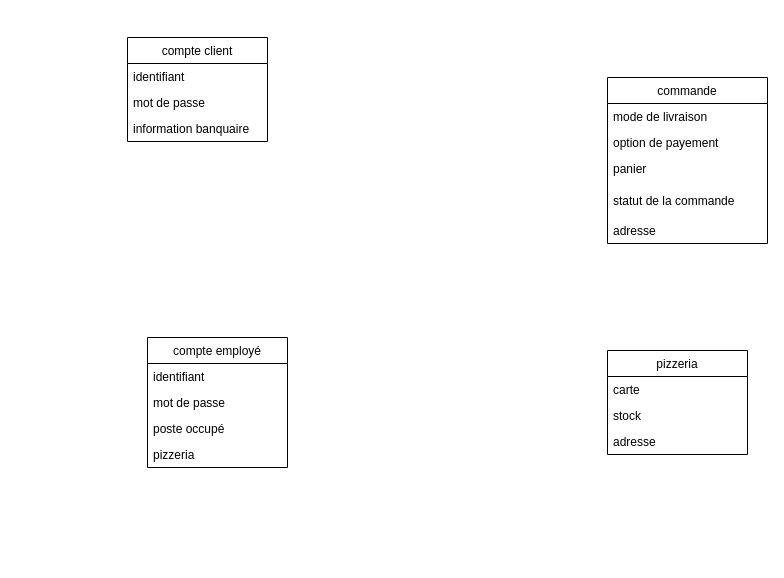
robindauteuil/Diagramme_UML keeps this draw.io diagram as page "diagramme de classe" (8 of 9) of diagrammes réunis.drawio. Above is the earlier version. Source tidied: cells renumbered, new cells numbered last; positions are measured from the earlier drawing's top-left corner, leaving out a move shared by most shapes. Both pictures are drawn from the tidied source at 100%, with x=0, y=0 at pixel (127, 37).
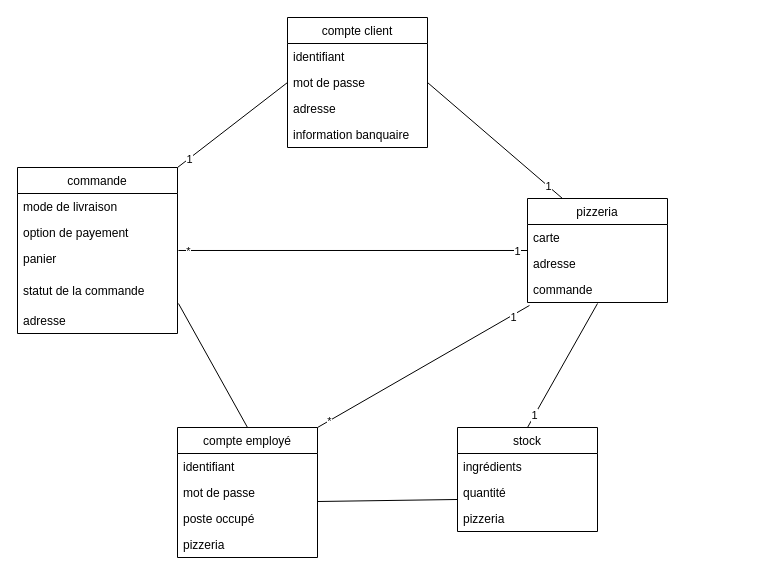
The same page after the edit.

Unchanged cells that the change refers to:
```xml
<mxCell id="5" value="panier" style="text;strokeColor=none;fillColor=none;align=left;verticalAlign=top;spacingLeft=4;spacingRight=4;overflow=hidden;points=[[0,0.5],[1,0.5]];portConstraint=eastwest;" parent="2" vertex="1">
  <mxGeometry y="78" width="160" height="32" as="geometry" />
</mxCell>
<mxCell id="6" value="statut de la commande" style="text;strokeColor=none;fillColor=none;align=left;verticalAlign=top;spacingLeft=4;spacingRight=4;overflow=hidden;points=[[0,0.5],[1,0.5]];portConstraint=eastwest;" parent="2" vertex="1">
  <mxGeometry y="110" width="160" height="30" as="geometry" />
</mxCell>
<mxCell id="10" value="mot de passe " style="text;strokeColor=none;fillColor=none;align=left;verticalAlign=top;spacingLeft=4;spacingRight=4;overflow=hidden;points=[[0,0.5],[1,0.5]];portConstraint=eastwest;" parent="8" vertex="1">
  <mxGeometry y="52" width="140" height="26" as="geometry" />
</mxCell>
<mxCell id="18" value="mot de passe" style="text;strokeColor=none;fillColor=none;align=left;verticalAlign=top;spacingLeft=4;spacingRight=4;overflow=hidden;points=[[0,0.5],[1,0.5]];portConstraint=eastwest;" parent="16" vertex="1">
  <mxGeometry y="52" width="140" height="26" as="geometry" />
</mxCell>
```

Diff of the diagram source:
```diff
@@
     <mxCell id="2" value="commande" style="swimlane;fontStyle=0;horizontal=1;startSize=26;fillColor=none;" parent="1" vertex="1">
-      <mxGeometry x="480" y="40" width="160" height="166" as="geometry" />
+      <mxGeometry x="-110" y="130" width="160" height="166" as="geometry" />
     </mxCell>
@@
     <mxCell id="8" value="compte client" style="swimlane;fontStyle=0;horizontal=1;startSize=26;fillColor=none;" parent="1" vertex="1">
-      <mxGeometry width="140" height="104" as="geometry" />
+      <mxGeometry x="160" y="-20" width="140" height="130" as="geometry" />
     </mxCell>
@@
+    <mxCell id="21" value="adresse" style="text;strokeColor=none;fillColor=none;align=left;verticalAlign=top;spacingLeft=4;spacingRight=4;overflow=hidden;" parent="8" vertex="1">
+      <mxGeometry y="78" width="140" height="26" as="geometry" />
+    </mxCell>
     <mxCell id="11" value="information banquaire" style="text;strokeColor=none;fillColor=none;align=left;verticalAlign=top;spacingLeft=4;spacingRight=4;overflow=hidden;" parent="8" vertex="1">
-      <mxGeometry y="78" width="140" height="26" as="geometry" />
+      <mxGeometry y="104" width="140" height="26" as="geometry" />
     </mxCell>
     <mxCell id="12" value="pizzeria" style="swimlane;fontStyle=0;horizontal=1;startSize=26;fillColor=none;" parent="1" vertex="1">
-      <mxGeometry x="480" y="313" width="140" height="104" as="geometry" />
+      <mxGeometry x="400" y="161" width="140" height="104" as="geometry" />
     </mxCell>
@@
-    <mxCell id="14" value="stock" style="text;strokeColor=none;fillColor=none;align=left;verticalAlign=top;spacingLeft=4;spacingRight=4;overflow=hidden;points=[[0,0.5],[1,0.5]];portConstraint=eastwest;" parent="12" vertex="1">
-      <mxGeometry y="52" width="140" height="26" as="geometry" />
-    </mxCell>
     <mxCell id="15" value="adresse" style="text;strokeColor=none;fillColor=none;align=left;verticalAlign=top;spacingLeft=4;spacingRight=4;overflow=hidden;points=[[0,0.5],[1,0.5]];portConstraint=eastwest;" parent="12" vertex="1">
-      <mxGeometry y="78" width="140" height="26" as="geometry" />
+      <mxGeometry y="52" width="140" height="26" as="geometry" />
     </mxCell>
+    <mxCell id="22" value="commande" style="text;strokeColor=none;fillColor=none;align=left;verticalAlign=top;spacingLeft=4;spacingRight=4;overflow=hidden;points=[[0,0.5],[1,0.5]];portConstraint=eastwest;" parent="12" vertex="1">
+      <mxGeometry y="78" width="140" height="26" as="geometry" />
+    </mxCell>
     <mxCell id="16" value="compte employé" style="swimlane;fontStyle=0;horizontal=1;startSize=26;fillColor=none;" parent="1" vertex="1">
-      <mxGeometry x="20" y="300" width="140" height="130" as="geometry" />
+      <mxGeometry x="50" y="390" width="140" height="130" as="geometry" />
     </mxCell>
@@
+    <mxCell id="14" value="stock" style="swimlane;fontStyle=0;horizontal=1;startSize=26;fillColor=none;" parent="1" vertex="1">
+      <mxGeometry x="330" y="390" width="140" height="104" as="geometry" />
+    </mxCell>
+    <mxCell id="23" value="ingrédients" style="text;strokeColor=none;fillColor=none;align=left;verticalAlign=top;spacingLeft=4;spacingRight=4;overflow=hidden;" parent="14" vertex="1">
+      <mxGeometry y="26" width="140" height="26" as="geometry" />
+    </mxCell>
+    <mxCell id="24" value="quantité" style="text;strokeColor=none;fillColor=none;align=left;verticalAlign=top;spacingLeft=4;spacingRight=4;overflow=hidden;points=[[0,0.5],[1,0.5]];portConstraint=eastwest;" parent="14" vertex="1">
+      <mxGeometry y="52" width="140" height="26" as="geometry" />
+    </mxCell>
+    <mxCell id="25" value="pizzeria" style="text;strokeColor=none;fillColor=none;align=left;verticalAlign=top;spacingLeft=4;spacingRight=4;overflow=hidden;" parent="14" vertex="1">
+      <mxGeometry y="78" width="140" height="26" as="geometry" />
+    </mxCell>
+    <mxCell id="26" style="endArrow=none;html=1;exitX=1;exitY=0.846;exitDx=0;exitDy=0;exitPerimeter=0;entryX=0;entryY=0.769;entryDx=0;entryDy=0;entryPerimeter=0;" parent="1" edge="1" source="18" target="24">
+      <mxGeometry relative="1" as="geometry" />
+    </mxCell>
+    <mxCell id="27" style="endArrow=none;html=1;exitX=0.5;exitY=0;exitDx=0;exitDy=0;entryX=0.5;entryY=1.038;entryDx=0;entryDy=0;entryPerimeter=0;" parent="1" edge="1" source="14" target="22">
+      <mxGeometry relative="1" as="geometry" />
+    </mxCell>
+    <mxCell id="28" value="1" style="edgeLabel;html=1;align=center;verticalAlign=middle;" parent="27" vertex="1">
+      <mxGeometry x="-0.81" y="1" relative="1" as="geometry" />
+    </mxCell>
+    <mxCell id="29" style="endArrow=none;html=1;entryX=0;entryY=0;entryDx=0;entryDy=0;entryPerimeter=0;exitX=1.006;exitY=0.156;exitDx=0;exitDy=0;exitPerimeter=0;" parent="1" edge="1" source="5" target="15">
+      <mxGeometry relative="1" as="geometry" />
+    </mxCell>
+    <mxCell id="30" value="*" style="edgeLabel;html=1;align=center;verticalAlign=middle;" parent="29" vertex="1">
+      <mxGeometry x="-0.94" y="-1" relative="1" as="geometry" />
+    </mxCell>
+    <mxCell id="31" value="1" style="edgeLabel;html=1;align=center;verticalAlign=middle;" parent="29" vertex="1">
+      <mxGeometry x="0.94" y="-1" relative="1" as="geometry" />
+    </mxCell>
+    <mxCell id="32" style="endArrow=none;html=1;exitX=0;exitY=0.5;exitDx=0;exitDy=0;entryX=1;entryY=0;entryDx=0;entryDy=0;" parent="1" edge="1" source="10" target="2">
+      <mxGeometry relative="1" as="geometry" />
+    </mxCell>
+    <mxCell id="33" value="1" style="edgeLabel;html=1;align=center;verticalAlign=middle;" parent="32" vertex="1">
+      <mxGeometry x="0.78" y="-1" relative="1" as="geometry">
+        <mxPoint y="1" as="offset" />
+      </mxGeometry>
+    </mxCell>
+    <mxCell id="34" style="endArrow=none;html=1;entryX=1;entryY=0.5;entryDx=0;entryDy=0;exitX=0.25;exitY=0;exitDx=0;exitDy=0;" parent="1" edge="1" source="12" target="10">
+      <mxGeometry relative="1" as="geometry" />
+    </mxCell>
+    <mxCell id="35" value="1" style="edgeLabel;html=1;align=center;verticalAlign=middle;" parent="34" vertex="1">
+      <mxGeometry x="-0.79" relative="1" as="geometry" />
+    </mxCell>
+    <mxCell id="36" style="endArrow=none;html=1;exitX=0.5;exitY=0;exitDx=0;exitDy=0;entryX=1.006;entryY=0.867;entryDx=0;entryDy=0;entryPerimeter=0;" parent="1" edge="1" source="16" target="6">
+      <mxGeometry relative="1" as="geometry" />
+    </mxCell>
+    <mxCell id="37" style="endArrow=none;html=1;exitX=1;exitY=0;exitDx=0;exitDy=0;entryX=0.014;entryY=1.115;entryDx=0;entryDy=0;entryPerimeter=0;" parent="1" edge="1" source="16" target="22">
+      <mxGeometry relative="1" as="geometry" />
+    </mxCell>
+    <mxCell id="38" value="1" style="edgeLabel;html=1;align=center;verticalAlign=middle;" parent="37" vertex="1">
+      <mxGeometry x="0.83" y="-2" relative="1" as="geometry" />
+    </mxCell>
+    <mxCell id="39" value="*" style="edgeLabel;html=1;align=center;verticalAlign=middle;" parent="37" vertex="1">
+      <mxGeometry x="-0.89" relative="1" as="geometry" />
+    </mxCell>
```
